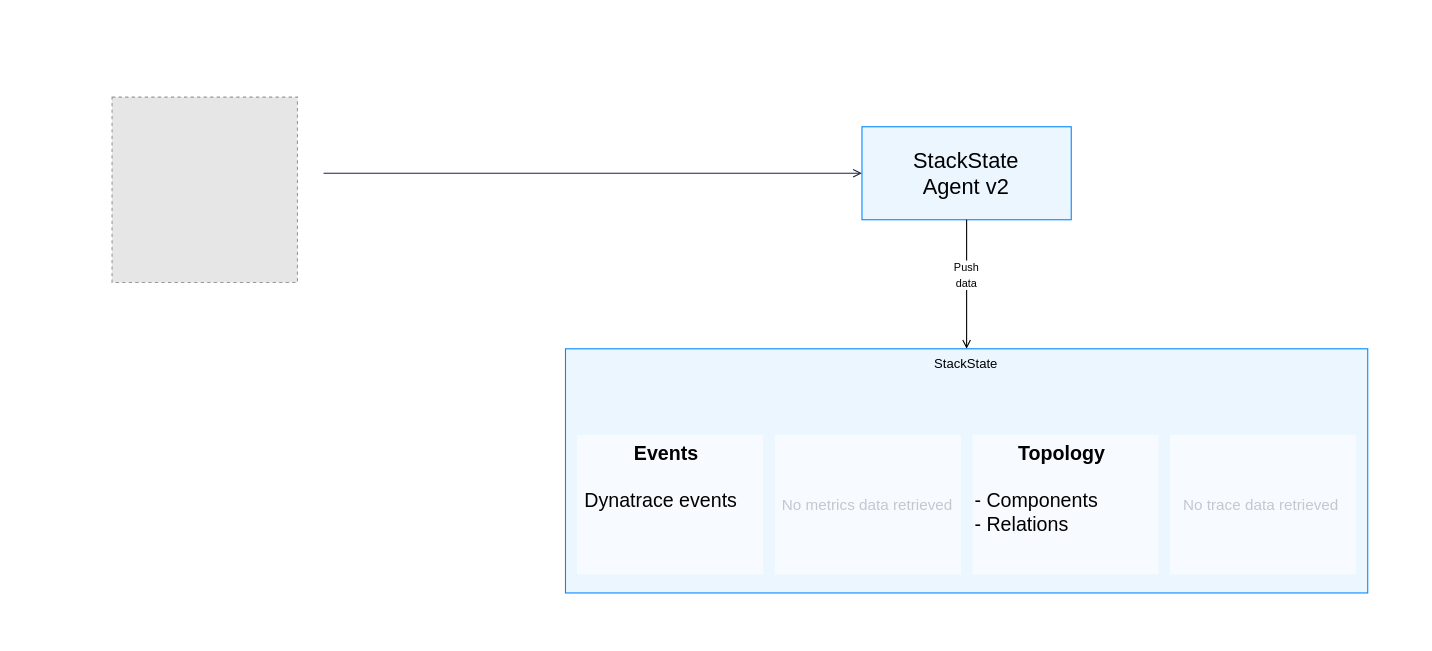
This is resources/drawio/stackpack-dynatrace.drawio from StackVista/stackstate-docs, a draw.io file, before an edit. Source tidied: cells renumbered, new cells numbered last; positions are measured from the earlier drawing's top-left corner, leaving out a move shared by most shapes. Both pictures are drawn from the tidied source at 109%, with x=0, y=0 at pixel (19, 73). Pictures stored in the file or linked from it are replaced by grey dashed boxes.
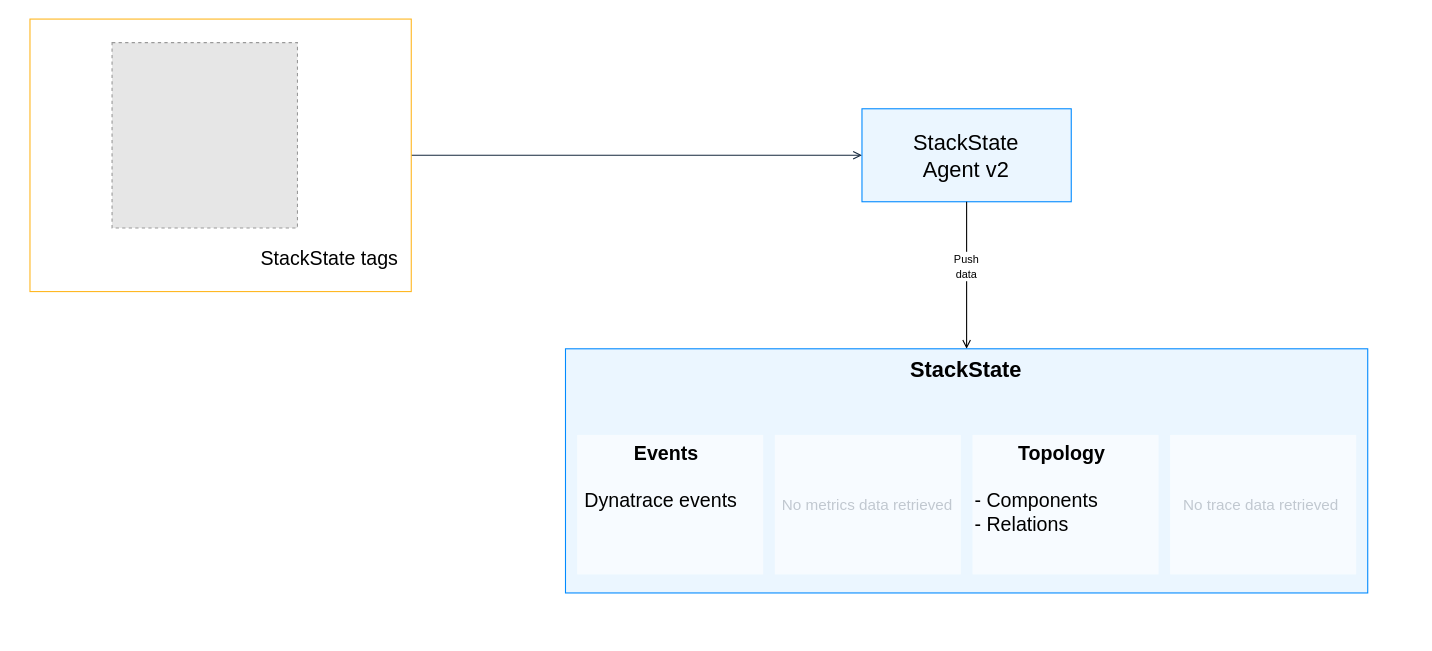
Above is the later version.

Diff of the diagram source:
```diff
@@
 <mxGraphModel>
   <root>
     <mxCell id="0" />
     <mxCell id="1" parent="0" />
     <mxCell id="2" style="shape=ext;double=1;rounded=0;whiteSpace=wrap;html=1;strokeWidth=1;fillColor=#FFFFFF;strokeColor=none;" parent="1" vertex="1">
-      <mxGeometry y="0.2" width="1280" height="511.5" as="geometry" />
+      <mxGeometry y="-49.8" width="1280" height="511.5" as="geometry" />
     </mxCell>
-    <mxCell id="3" style="edgeStyle=none;rounded=0;jettySize=auto;html=1;exitX=1;exitY=0.5;exitDx=0;exitDy=0;startArrow=none;startFill=0;endArrow=open;endFill=0;strokeColor=#14273C;" parent="1" edge="1" target="4">
-      <mxGeometry x="30" y="46" as="geometry">
-        <mxPoint x="279.3" y="91.5" as="sourcePoint" />
-      </mxGeometry>
+    <mxCell id="3" style="edgeStyle=none;rounded=0;jettySize=auto;html=1;exitX=1;exitY=0.5;exitDx=0;exitDy=0;startArrow=none;startFill=0;endArrow=open;endFill=0;strokeColor=#14273C;" parent="1" edge="1" source="13" target="4">
+      <mxGeometry x="30" y="46" as="geometry" />
     </mxCell>
     <mxCell id="4" value="&lt;span style=&quot;font-style: normal ; font-size: 20px&quot;&gt;StackState&lt;br&gt;Agent v2&lt;/span&gt;" style="rounded=0;whiteSpace=wrap;html=1;strokeWidth=1;strokeColor=#008AFF;fontStyle=2;fillColor=#CCE8FF;fillOpacity=40;" parent="1" vertex="1">
-      <mxGeometry x="773.3" y="48.8" width="192" height="85.3" as="geometry" />
+      <mxGeometry x="773.3" y="32.3" width="192" height="85.3" as="geometry" />
     </mxCell>
     <mxCell id="5" value="&lt;span style=&quot;color: rgb(0, 0, 0); font-family: helvetica; font-size: 10px; font-style: normal; font-weight: 400; letter-spacing: normal; text-align: center; text-indent: 0px; text-transform: none; word-spacing: 0px; background-color: rgb(255, 255, 255); display: inline; float: none;&quot;&gt;Push&lt;/span&gt;&lt;br style=&quot;color: rgb(0, 0, 0); font-family: helvetica; font-size: 10px; font-style: normal; font-weight: 400; letter-spacing: normal; text-align: center; text-indent: 0px; text-transform: none; word-spacing: 0px; background-color: rgb(255, 255, 255);&quot;&gt;&lt;span style=&quot;color: rgb(0, 0, 0); font-family: helvetica; font-size: 10px; font-style: normal; font-weight: 400; letter-spacing: normal; text-align: center; text-indent: 0px; text-transform: none; word-spacing: 0px; background-color: rgb(255, 255, 255); display: inline; float: none;&quot;&gt;data&lt;/span&gt;" style="edgeStyle=orthogonalEdgeStyle;rounded=0;jettySize=auto;html=1;fontStyle=2;endArrow=open;endFill=0;entryX=0.5;entryY=0;entryDx=0;entryDy=0;exitX=0.5;exitY=1;exitDx=0;exitDy=0;" parent="1" edge="1" source="4" target="7">
       <mxGeometry x="-34" y="9.7" as="geometry">
         <mxPoint y="-8" as="offset" />
       </mxGeometry>
     </mxCell>
     <mxCell id="6" style="fillColor=#E6E6E6;strokeColor=#999999;dashed=1;verticalLabelPosition=bottom;labelBackgroundColor=#ffffff;verticalAlign=top;" parent="1" vertex="1">
-      <mxGeometry x="85.3" y="21.6" width="170.1" height="170.1" as="geometry" />
+      <mxGeometry x="85.3" y="-28.4" width="170.1" height="170.1" as="geometry" />
     </mxCell>
-    <mxCell id="7" value="&lt;span style=&quot;font-style: normal&quot;&gt;StackState&lt;br&gt;&lt;/span&gt;" style="rounded=0;whiteSpace=wrap;html=1;strokeWidth=1;strokeColor=#008AFF;fontStyle=2;fillColor=#CCE8FF;fillOpacity=40;verticalAlign=top;" parent="1" vertex="1">
+    <mxCell id="7" value="&lt;span style=&quot;font-style: normal&quot;&gt;&lt;font style=&quot;font-size: 20px&quot;&gt;&lt;b&gt;StackState&lt;/b&gt;&lt;/font&gt;&lt;br&gt;&lt;/span&gt;" style="rounded=0;whiteSpace=wrap;html=1;strokeWidth=1;strokeColor=#008AFF;fontStyle=2;fillColor=#CCE8FF;fillOpacity=40;verticalAlign=top;" parent="1" vertex="1">
       <mxGeometry x="501.3" y="252.5" width="736" height="224" as="geometry" />
     </mxCell>
     <mxCell id="8" value="&lt;div style=&quot;text-align: center ; font-size: 18px&quot;&gt;&lt;b style=&quot;font-family: &amp;#34;helvetica&amp;#34;&quot;&gt;&lt;font style=&quot;font-size: 18px&quot;&gt;&amp;nbsp; &amp;nbsp; &amp;nbsp; &amp;nbsp; Topology&lt;/font&gt;&lt;/b&gt;&lt;/div&gt;&lt;span style=&quot;font-family: &amp;#34;helvetica&amp;#34; ; font-size: 18px&quot;&gt;&lt;font style=&quot;font-size: 18px&quot;&gt;&lt;br&gt;- Components&lt;br&gt;- Relations&lt;/font&gt;&lt;/span&gt;" style="text;whiteSpace=wrap;html=1;fillColor=#ffffff;fillOpacity=60;rounded=0;align=left;" parent="1" vertex="1">
       <mxGeometry x="874.7" y="331.5" width="170.7" height="128" as="geometry" />
     </mxCell>
     <mxCell id="9" value="&lt;div&gt;&lt;/div&gt;&lt;font face=&quot;helvetica&quot; size=&quot;1&quot;&gt;&lt;font color=&quot;#c1c8d0&quot; style=&quot;font-size: 14px&quot;&gt;No metrics data retrieved&lt;/font&gt;&lt;br&gt;&lt;/font&gt;" style="text;whiteSpace=wrap;html=1;fillColor=#ffffff;fillOpacity=60;align=center;verticalAlign=middle;" parent="1" vertex="1">
       <mxGeometry x="693.3" y="331.5" width="170.7" height="128" as="geometry" />
     </mxCell>
     <mxCell id="10" value="&lt;div style=&quot;text-align: center&quot;&gt;&lt;/div&gt;&lt;font face=&quot;helvetica&quot; size=&quot;1&quot;&gt;&lt;div style=&quot;text-align: center&quot;&gt;&lt;div style=&quot;font-family: &amp;#34;helvetica&amp;#34; ; font-size: 18px&quot;&gt;&lt;b style=&quot;font-family: &amp;#34;helvetica&amp;#34;&quot;&gt;&amp;nbsp; &amp;nbsp;Events&lt;/b&gt;&lt;/div&gt;&lt;span style=&quot;text-align: left ; font-size: 18px&quot;&gt;&lt;br&gt;&lt;/span&gt;&lt;/div&gt;&lt;div&gt;&lt;span style=&quot;font-size: 18px&quot;&gt;&amp;nbsp;Dynatrace events&lt;/span&gt;&lt;/div&gt;&lt;/font&gt;" style="text;whiteSpace=wrap;html=1;fillColor=#ffffff;fillOpacity=60;align=left;verticalAlign=top;" parent="1" vertex="1">
       <mxGeometry x="512" y="331.5" width="170.7" height="128" as="geometry" />
     </mxCell>
     <mxCell id="11" value="&lt;font face=&quot;helvetica&quot; size=&quot;1&quot;&gt;&lt;font color=&quot;#c1c8d0&quot; style=&quot;font-size: 14px&quot;&gt;No trace data retrieved&amp;nbsp;&lt;/font&gt;&lt;br&gt;&lt;/font&gt;" style="text;whiteSpace=wrap;html=1;fillColor=#ffffff;fillOpacity=60;align=center;verticalAlign=middle;" parent="1" vertex="1">
       <mxGeometry x="1056" y="331.5" width="170.7" height="128" as="geometry" />
     </mxCell>
+    <mxCell id="12" value="&lt;font face=&quot;helvetica&quot; style=&quot;font-size: 18px;&quot;&gt;StackState tags&lt;/font&gt;" style="text;whiteSpace=wrap;html=1;verticalAlign=middle;fontSize=18;" parent="1" vertex="1">
+      <mxGeometry x="220" y="155.9" width="150" height="27.6" as="geometry" />
+    </mxCell>
+    <mxCell id="13" style="whiteSpace=wrap;html=1;rounded=0;strokeWidth=1;strokeColor=#FFB61E;fillColor=none;" parent="1" vertex="1">
+      <mxGeometry x="10" y="-50" width="349.8" height="250" as="geometry" />
+    </mxCell>
   </root>
 </mxGraphModel>
```
